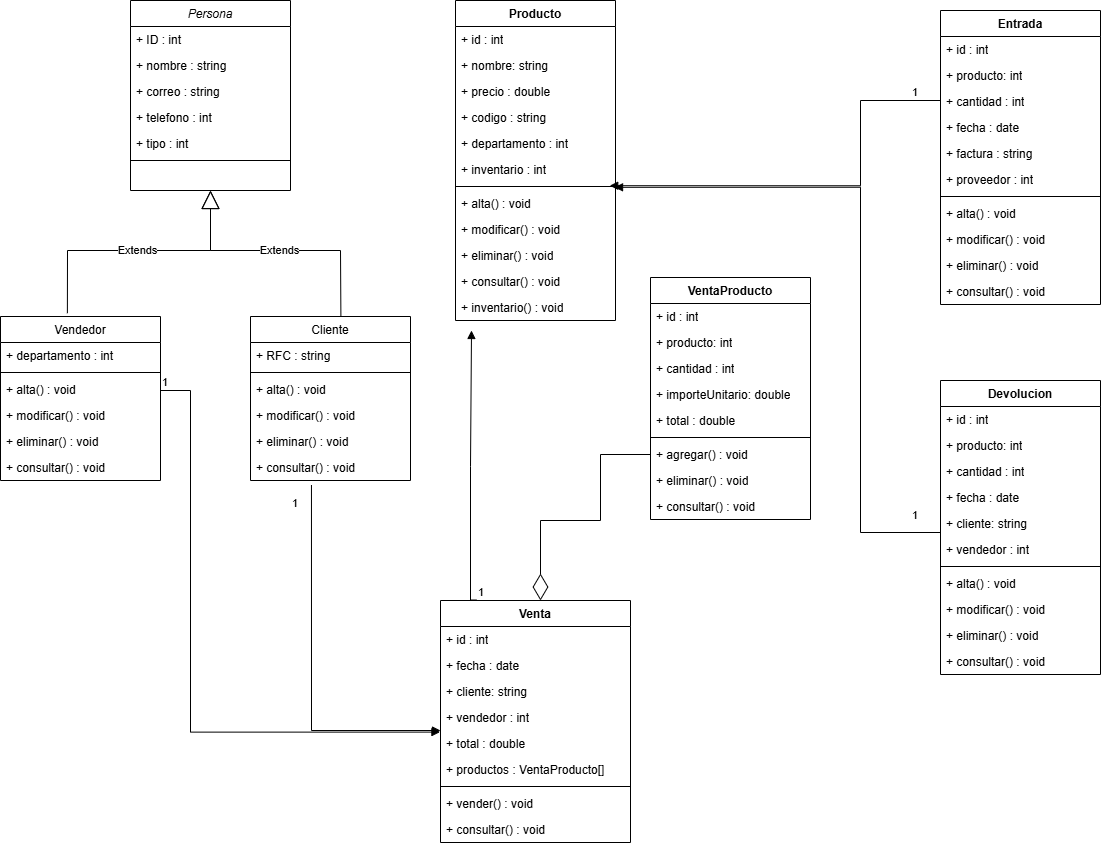
rodur79/varios keeps this draw.io diagram as CursoInfotec_TiendaDepartamental.drawio.png. Above is the earlier version. Source tidied: cells renumbered, new cells last; positions are measured from the earlier drawing's top-left corner, leaving out a move shared by most shapes.
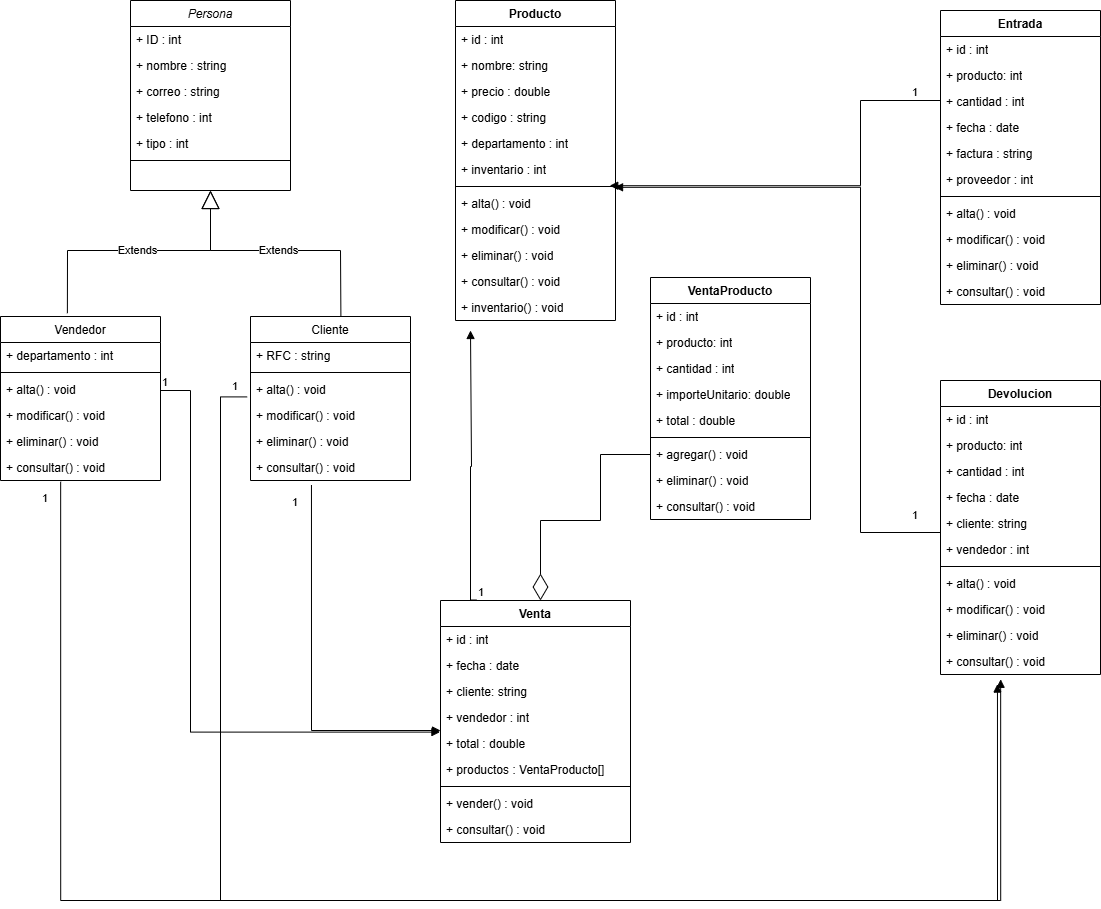
Later version of the same file.

Diff of the diagram source:
```diff
@@ -328,5 +328,32 @@
     <mxCell id="92" value="1" style="edgeLabel;html=1;align=left;verticalAlign=bottom;" parent="91" vertex="1">
       <mxGeometry x="-1" relative="1" as="geometry" />
     </mxCell>
+    <mxCell id="93" style="endArrow=block;endFill=1;html=1;edgeStyle=orthogonalEdgeStyle;align=left;verticalAlign=top;rounded=0;exitX=0.376;exitY=1.046;exitDx=0;exitDy=0;exitPerimeter=0;entryX=0.356;entryY=1.369;entryDx=0;entryDy=0;entryPerimeter=0;" parent="1" edge="1" source="15" target="49">
+      <mxGeometry x="-1" relative="1" as="geometry">
+        <Array as="points">
+          <mxPoint x="60" y="900" />
+          <mxPoint x="997" y="900" />
+        </Array>
+      </mxGeometry>
+    </mxCell>
+    <mxCell id="94" value="1" style="edgeLabel;html=1;align=left;verticalAlign=bottom;" parent="93" vertex="1">
+      <mxGeometry x="-1" relative="1" as="geometry">
+        <mxPoint x="-20" y="25" as="offset" />
+      </mxGeometry>
+    </mxCell>
+    <mxCell id="95" style="endArrow=block;endFill=1;html=1;edgeStyle=orthogonalEdgeStyle;align=left;verticalAlign=top;rounded=0;exitX=-0.021;exitY=0.785;exitDx=0;exitDy=0;exitPerimeter=0;entryX=0.376;entryY=1.185;entryDx=0;entryDy=0;entryPerimeter=0;" parent="1" edge="1" source="34" target="49">
+      <mxGeometry x="-1" relative="1" as="geometry">
+        <Array as="points">
+          <mxPoint x="220" y="396" />
+          <mxPoint x="220" y="900" />
+          <mxPoint x="1000" y="900" />
+        </Array>
+      </mxGeometry>
+    </mxCell>
+    <mxCell id="96" value="1" style="edgeLabel;html=1;align=left;verticalAlign=bottom;" parent="95" vertex="1">
+      <mxGeometry x="-1" relative="1" as="geometry">
+        <mxPoint x="-17" y="-2" as="offset" />
+      </mxGeometry>
+    </mxCell>
   </root>
 </mxGraphModel>
```
